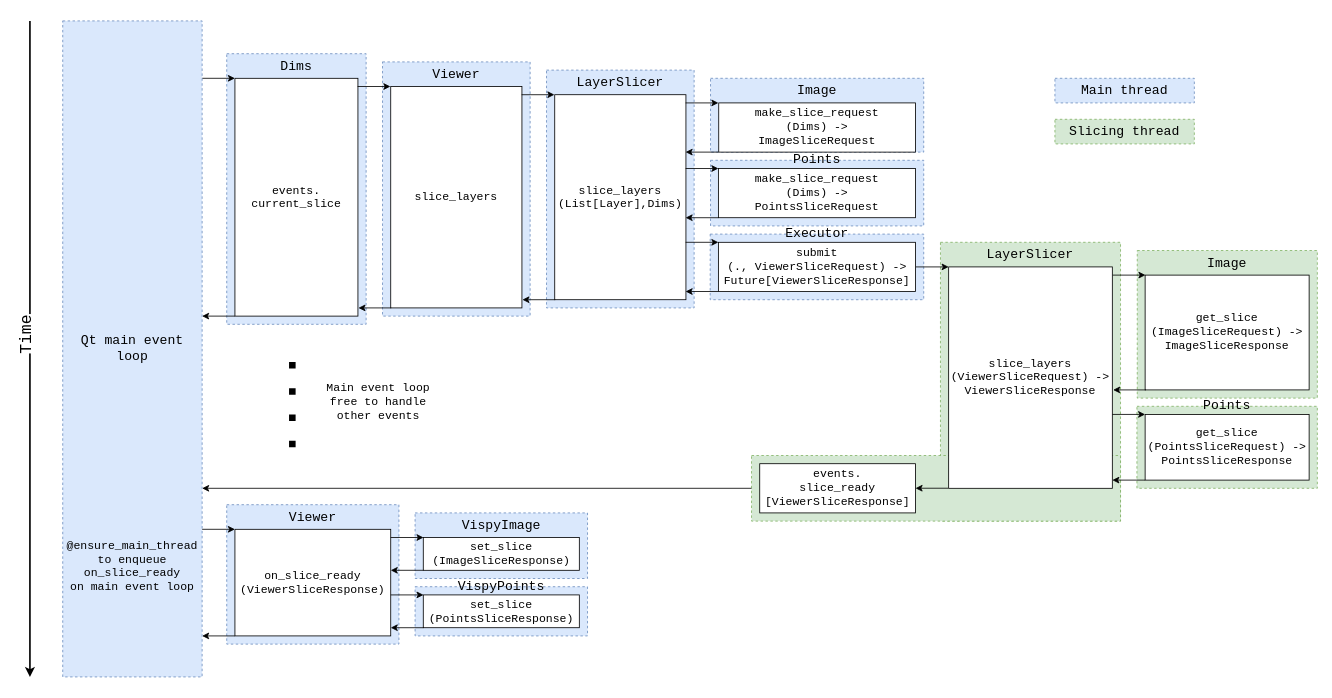
Earlier version of the draw.io diagram napari-slicing-async-calls-simple.drawio (andy-sweet/napari-diagrams). Source tidied: cells renumbered, new cells numbered last; positions are measured from the earlier drawing's top-left corner, leaving out a move shared by most shapes. Both pictures are drawn from the tidied source at 82%, with x=0, y=0 at pixel (30, 20).
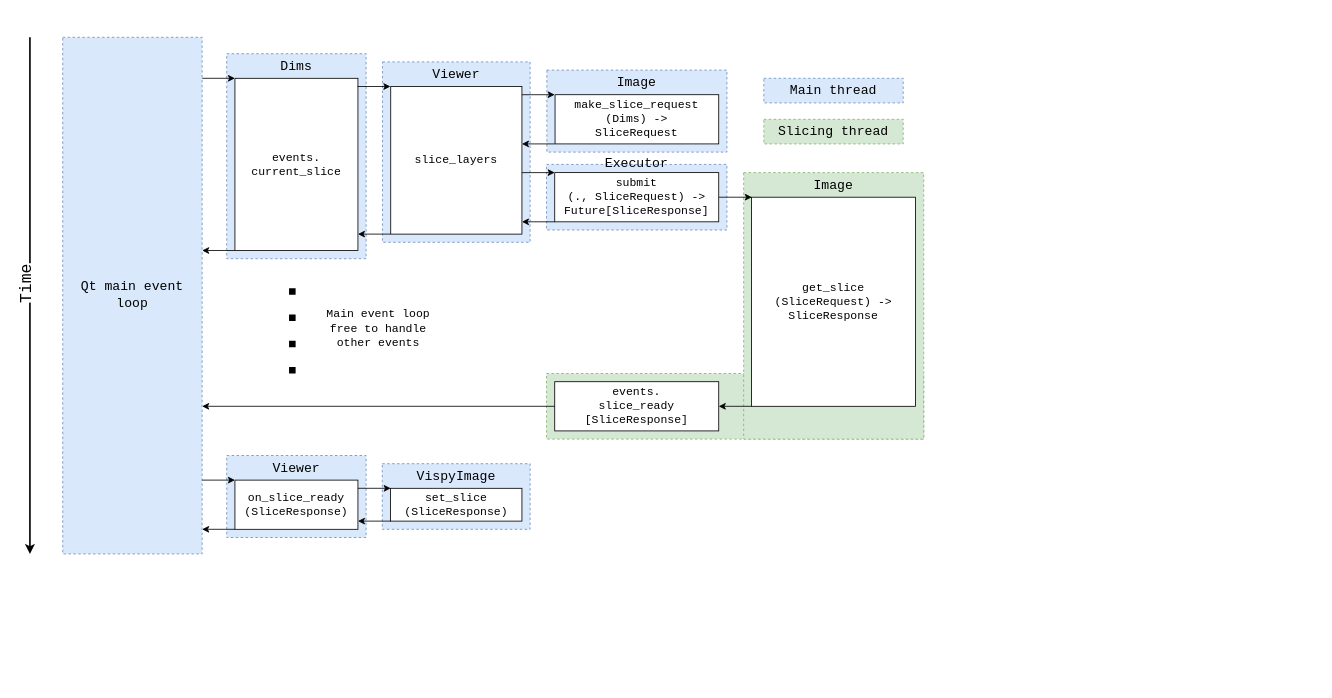
The same page after the edit.

What changed in the source:
```diff
@@
-    <mxCell id="2" value="VispyPoints" style="rounded=0;whiteSpace=wrap;html=1;verticalAlign=top;align=center;spacingLeft=0;spacingTop=-16;dashed=1;fillColor=#dae8fc;strokeColor=#6c8ebf;fontSize=16;horizontal=1;fontFamily=Courier New;" parent="1" vertex="1">
-      <mxGeometry x="469.7" y="690" width="210.3" height="60" as="geometry" />
-    </mxCell>
-    <mxCell id="3" value="LayerSlicer" style="rounded=0;whiteSpace=wrap;html=1;verticalAlign=top;align=center;spacingLeft=0;spacingTop=0;dashed=1;fillColor=#d5e8d4;strokeColor=#82b366;fontSize=16;fontFamily=Courier New;" parent="1" vertex="1">
-      <mxGeometry x="1110.4" y="270" width="219.6" height="340" as="geometry" />
-    </mxCell>
     <mxCell id="4" style="rounded=0;whiteSpace=wrap;html=1;verticalAlign=top;align=center;spacingLeft=0;spacingTop=0;dashed=1;fillColor=#d5e8d4;strokeColor=#82b366;fontSize=16;borderRight=none;fontFamily=Courier New;" parent="1" vertex="1">
-      <mxGeometry x="880" y="530" width="450" height="80" as="geometry" />
+      <mxGeometry x="630" y="430" width="460" height="80" as="geometry" />
     </mxCell>
     <mxCell id="5" value="VispyImage" style="rounded=0;whiteSpace=wrap;html=1;verticalAlign=top;align=center;spacingLeft=0;spacingTop=0;dashed=1;fillColor=#dae8fc;strokeColor=#6c8ebf;fontSize=16;horizontal=1;fontFamily=Courier New;" parent="1" vertex="1">
-      <mxGeometry x="469.7" y="600" width="210.3" height="80" as="geometry" />
+      <mxGeometry x="429.7" y="540" width="180.3" height="80" as="geometry" />
     </mxCell>
-    <mxCell id="6" value="Points" style="rounded=0;whiteSpace=wrap;html=1;verticalAlign=top;align=center;spacingLeft=0;spacingTop=-16;dashed=1;fillColor=#d5e8d4;horizontal=1;strokeColor=#82b366;fontSize=16;fontFamily=Courier New;" parent="1" vertex="1">
-      <mxGeometry x="1350" y="470" width="220" height="100" as="geometry" />
-    </mxCell>
     <mxCell id="7" value="Image" style="rounded=0;whiteSpace=wrap;html=1;verticalAlign=top;align=center;spacingLeft=0;spacingTop=0;dashed=1;fillColor=#d5e8d4;horizontal=1;strokeColor=#82b366;fontSize=16;fontFamily=Courier New;" parent="1" vertex="1">
-      <mxGeometry x="1350.4" y="280" width="219.6" height="180" as="geometry" />
+      <mxGeometry x="870.4" y="185" width="219.6" height="325" as="geometry" />
     </mxCell>
-    <mxCell id="8" value="Points" style="rounded=0;whiteSpace=wrap;html=1;verticalAlign=top;align=center;spacingLeft=0;spacingTop=-16;dashed=1;fillColor=#dae8fc;horizontal=1;strokeColor=#6c8ebf;fontSize=16;fontFamily=Courier New;" parent="1" vertex="1">
-      <mxGeometry x="830" y="170" width="260" height="80" as="geometry" />
-    </mxCell>
     <mxCell id="9" value="Image" style="rounded=0;whiteSpace=wrap;html=1;verticalAlign=top;align=center;spacingLeft=0;spacingTop=0;dashed=1;fillColor=#dae8fc;horizontal=1;strokeColor=#6c8ebf;fontSize=16;fontFamily=Courier New;" parent="1" vertex="1">
-      <mxGeometry x="830" y="70" width="260" height="90" as="geometry" />
+      <mxGeometry x="630.4" y="60" width="219.6" height="100" as="geometry" />
     </mxCell>
-    <mxCell id="10" value="LayerSlicer" style="rounded=0;whiteSpace=wrap;html=1;verticalAlign=top;align=center;spacingLeft=0;spacingTop=0;dashed=1;fillColor=#dae8fc;strokeColor=#6c8ebf;fontSize=16;fontFamily=Courier New;" parent="1" vertex="1">
-      <mxGeometry x="630" y="60" width="180" height="290" as="geometry" />
-    </mxCell>
     <mxCell id="11" value="Viewer" style="rounded=0;whiteSpace=wrap;html=1;verticalAlign=top;align=center;spacingLeft=0;spacingTop=0;dashed=1;fillColor=#dae8fc;strokeColor=#6c8ebf;fontSize=16;fontFamily=Courier New;" parent="1" vertex="1">
-      <mxGeometry x="430" y="50" width="180" height="310" as="geometry" />
+      <mxGeometry x="430" y="50" width="180" height="220" as="geometry" />
     </mxCell>
     <mxCell id="12" value="slice_layers" style="rounded=0;whiteSpace=wrap;html=1;fontSize=14;fontFamily=Courier New;" parent="1" vertex="1">
-      <mxGeometry x="440" y="80" width="160" height="270" as="geometry" />
+      <mxGeometry x="440" y="80" width="160" height="180" as="geometry" />
     </mxCell>
     <mxCell id="13" value="Dims" style="rounded=0;whiteSpace=wrap;html=1;verticalAlign=top;align=center;spacingLeft=0;spacingTop=0;dashed=1;fillColor=#dae8fc;strokeColor=#6c8ebf;fontSize=16;fontFamily=Courier New;" parent="1" vertex="1">
-      <mxGeometry x="240" y="40" width="170" height="330" as="geometry" />
+      <mxGeometry x="240" y="40" width="170" height="250" as="geometry" />
     </mxCell>
     <mxCell id="14" value="events.&lt;br style=&quot;font-size: 14px;&quot;&gt;current_slice" style="rounded=0;whiteSpace=wrap;html=1;fontSize=14;fontFamily=Courier New;" parent="1" vertex="1">
-      <mxGeometry x="250" y="70" width="150" height="290" as="geometry" />
+      <mxGeometry x="250" y="70" width="150" height="210" as="geometry" />
     </mxCell>
@@
-    <mxCell id="17" style="endArrow=classic;html=1;rounded=0;fontSize=16;fontFamily=Courier New;" parent="1" edge="1">
-      <mxGeometry relative="1" as="geometry">
-        <mxPoint x="599.6" y="90" as="sourcePoint" />
-        <mxPoint x="639.6" y="90" as="targetPoint" />
-      </mxGeometry>
-    </mxCell>
     <mxCell id="18" style="endArrow=classic;html=1;rounded=0;fontSize=16;fontFamily=Courier New;" parent="1" edge="1">
       <mxGeometry relative="1" as="geometry">
-        <mxPoint x="440.6" y="350" as="sourcePoint" />
-        <mxPoint x="400.6" y="350" as="targetPoint" />
+        <mxPoint x="440" y="260" as="sourcePoint" />
+        <mxPoint x="400" y="260" as="targetPoint" />
       </mxGeometry>
     </mxCell>
     <mxCell id="19" style="endArrow=classic;html=1;rounded=0;fontSize=16;fontFamily=Courier New;" parent="1" edge="1">
       <mxGeometry relative="1" as="geometry">
-        <mxPoint x="250" y="360" as="sourcePoint" />
-        <mxPoint x="210" y="360" as="targetPoint" />
+        <mxPoint x="250" y="280" as="sourcePoint" />
+        <mxPoint x="210" y="280" as="targetPoint" />
       </mxGeometry>
     </mxCell>
-    <mxCell id="20" value="slice_layers&lt;br style=&quot;font-size: 14px;&quot;&gt;(List[Layer],Dims)" style="rounded=0;whiteSpace=wrap;html=1;fontSize=14;fontFamily=Courier New;" parent="1" vertex="1">
-      <mxGeometry x="640" y="90" width="160" height="250" as="geometry" />
-    </mxCell>
-    <mxCell id="21" value="make_slice_request&lt;br style=&quot;font-size: 14px;&quot;&gt;(Dims) -&amp;gt;&lt;br style=&quot;font-size: 14px;&quot;&gt;ImageSliceRequest" style="rounded=0;whiteSpace=wrap;html=1;fontSize=14;fontFamily=Courier New;" parent="1" vertex="1">
-      <mxGeometry x="840" y="100" width="240" height="60" as="geometry" />
+    <mxCell id="21" value="make_slice_request&lt;br style=&quot;font-size: 14px;&quot;&gt;(Dims) -&amp;gt;&lt;br style=&quot;font-size: 14px;&quot;&gt;SliceRequest" style="rounded=0;whiteSpace=wrap;html=1;fontSize=14;fontFamily=Courier New;" parent="1" vertex="1">
+      <mxGeometry x="640.4" y="90" width="199.6" height="60" as="geometry" />
     </mxCell>
     <mxCell id="22" value="Executor" style="rounded=0;whiteSpace=wrap;html=1;verticalAlign=top;align=center;spacingLeft=0;spacingTop=-16;dashed=1;fillColor=#dae8fc;horizontal=1;strokeColor=#6c8ebf;fontSize=16;fontFamily=Courier New;" parent="1" vertex="1">
-      <mxGeometry x="829.6" y="260" width="260.4" height="80" as="geometry" />
+      <mxGeometry x="630" y="175" width="220" height="80" as="geometry" />
     </mxCell>
-    <mxCell id="23" value="submit&lt;br style=&quot;font-size: 14px;&quot;&gt;(., ViewerSliceRequest) -&amp;gt;&lt;br style=&quot;font-size: 14px;&quot;&gt;Future[ViewerSliceResponse]" style="rounded=0;whiteSpace=wrap;html=1;fontSize=14;fontFamily=Courier New;" parent="1" vertex="1">
-      <mxGeometry x="839.6" y="270" width="240.4" height="60" as="geometry" />
+    <mxCell id="23" value="submit&lt;br style=&quot;font-size: 14px;&quot;&gt;(., SliceRequest) -&amp;gt;&lt;br style=&quot;font-size: 14px;&quot;&gt;Future[SliceResponse]" style="rounded=0;whiteSpace=wrap;html=1;fontSize=14;fontFamily=Courier New;" parent="1" vertex="1">
+      <mxGeometry x="640" y="185" width="200" height="60" as="geometry" />
     </mxCell>
     <mxCell id="24" style="endArrow=classic;html=1;rounded=0;fontSize=16;fontFamily=Courier New;" parent="1" edge="1">
       <mxGeometry relative="1" as="geometry">
-        <mxPoint x="839.6" y="330" as="sourcePoint" />
-        <mxPoint x="799.6" y="330" as="targetPoint" />
+        <mxPoint x="640" y="245" as="sourcePoint" />
+        <mxPoint x="600" y="245" as="targetPoint" />
       </mxGeometry>
     </mxCell>
     <mxCell id="25" style="endArrow=classic;html=1;rounded=0;fontSize=16;fontFamily=Courier New;" parent="1" edge="1">
       <mxGeometry relative="1" as="geometry">
-        <mxPoint x="799.6" y="270" as="sourcePoint" />
-        <mxPoint x="839.6" y="270" as="targetPoint" />
+        <mxPoint x="600" y="185" as="sourcePoint" />
+        <mxPoint x="640" y="185" as="targetPoint" />
       </mxGeometry>
     </mxCell>
-    <mxCell id="26" value="slice_layers&lt;br style=&quot;font-size: 14px;&quot;&gt;(ViewerSliceRequest) -&amp;gt;&lt;br style=&quot;font-size: 14px;&quot;&gt;ViewerSliceResponse" style="rounded=0;whiteSpace=wrap;html=1;fontSize=14;fontFamily=Courier New;" parent="1" vertex="1">
-      <mxGeometry x="1120.4" y="300" width="199.6" height="270" as="geometry" />
-    </mxCell>
-    <mxCell id="27" value="get_slice&lt;br style=&quot;font-size: 14px;&quot;&gt;(ImageSliceRequest) -&amp;gt; ImageSliceResponse" style="rounded=0;whiteSpace=wrap;html=1;fontSize=14;fontFamily=Courier New;" parent="1" vertex="1">
-      <mxGeometry x="1360" y="310" width="200" height="140" as="geometry" />
+    <mxCell id="27" value="get_slice&lt;br style=&quot;font-size: 14px;&quot;&gt;(SliceRequest) -&amp;gt; SliceResponse" style="rounded=0;whiteSpace=wrap;html=1;fontSize=14;fontFamily=Courier New;" parent="1" vertex="1">
+      <mxGeometry x="880" y="215" width="200" height="255" as="geometry" />
     </mxCell>
-    <mxCell id="28" value="get_slice&lt;br style=&quot;font-size: 14px;&quot;&gt;(PointsSliceRequest) -&amp;gt; PointsSliceResponse" style="rounded=0;whiteSpace=wrap;html=1;fontSize=14;fontFamily=Courier New;" parent="1" vertex="1">
-      <mxGeometry x="1360" y="480" width="200" height="80" as="geometry" />
-    </mxCell>
     <mxCell id="29" style="endArrow=classic;html=1;rounded=0;fontSize=16;fontFamily=Courier New;" parent="1" edge="1">
       <mxGeometry relative="1" as="geometry">
-        <mxPoint x="1320.4" y="310" as="sourcePoint" />
-        <mxPoint x="1360.4" y="310" as="targetPoint" />
+        <mxPoint x="840.4" y="215" as="sourcePoint" />
+        <mxPoint x="880.4" y="215" as="targetPoint" />
       </mxGeometry>
     </mxCell>
-    <mxCell id="30" style="endArrow=classic;html=1;rounded=0;fontSize=16;fontFamily=Courier New;" parent="1" edge="1">
-      <mxGeometry relative="1" as="geometry">
-        <mxPoint x="640.6" y="340" as="sourcePoint" />
-        <mxPoint x="600.6" y="340" as="targetPoint" />
-      </mxGeometry>
-    </mxCell>
-    <mxCell id="31" style="endArrow=classic;html=1;rounded=0;fontSize=16;fontFamily=Courier New;" parent="1" edge="1">
-      <mxGeometry relative="1" as="geometry">
-        <mxPoint x="1320" y="479.9" as="sourcePoint" />
-        <mxPoint x="1360" y="479.9" as="targetPoint" />
-      </mxGeometry>
-    </mxCell>
-    <mxCell id="32" style="endArrow=classic;html=1;rounded=0;fontSize=16;fontFamily=Courier New;" parent="1" edge="1">
-      <mxGeometry relative="1" as="geometry">
-        <mxPoint x="1360" y="560" as="sourcePoint" />
-        <mxPoint x="1320" y="560" as="targetPoint" />
-      </mxGeometry>
-    </mxCell>
     <mxCell id="33" style="endArrow=classic;html=1;rounded=0;fontSize=16;fontFamily=Courier New;" parent="1" edge="1">
       <mxGeometry relative="1" as="geometry">
-        <mxPoint x="1361" y="450" as="sourcePoint" />
-        <mxPoint x="1321" y="450" as="targetPoint" />
+        <mxPoint x="880" y="470" as="sourcePoint" />
+        <mxPoint x="840" y="470" as="targetPoint" />
       </mxGeometry>
     </mxCell>
     <mxCell id="34" value="Viewer" style="rounded=0;whiteSpace=wrap;html=1;verticalAlign=top;align=center;spacingLeft=0;spacingTop=0;dashed=1;fillColor=#dae8fc;strokeColor=#6c8ebf;fontSize=16;fontFamily=Courier New;" parent="1" vertex="1">
-      <mxGeometry x="240" y="590" width="210" height="170" as="geometry" />
+      <mxGeometry x="240" y="530" width="170" height="100" as="geometry" />
     </mxCell>
-    <mxCell id="35" value="on_slice_ready&lt;br style=&quot;font-size: 14px;&quot;&gt;(ViewerSliceResponse)" style="rounded=0;whiteSpace=wrap;html=1;fontSize=14;fontFamily=Courier New;" parent="1" vertex="1">
-      <mxGeometry x="250" y="620" width="190" height="130" as="geometry" />
+    <mxCell id="35" value="on_slice_ready&lt;br style=&quot;font-size: 14px;&quot;&gt;(SliceResponse)" style="rounded=0;whiteSpace=wrap;html=1;fontSize=14;fontFamily=Courier New;" parent="1" vertex="1">
+      <mxGeometry x="250" y="560" width="150" height="60" as="geometry" />
     </mxCell>
-    <mxCell id="36" value="events.&lt;br style=&quot;font-size: 14px;&quot;&gt;slice_ready&lt;br style=&quot;font-size: 14px;&quot;&gt;[ViewerSliceResponse]" style="rounded=0;whiteSpace=wrap;html=1;fontSize=14;fontFamily=Courier New;" parent="1" vertex="1">
-      <mxGeometry x="890" y="540" width="190" height="60" as="geometry" />
+    <mxCell id="36" value="events.&lt;br style=&quot;font-size: 14px;&quot;&gt;slice_ready&lt;br style=&quot;font-size: 14px;&quot;&gt;[SliceResponse]" style="rounded=0;whiteSpace=wrap;html=1;fontSize=14;fontFamily=Courier New;" parent="1" vertex="1">
+      <mxGeometry x="640" y="440" width="200" height="60" as="geometry" />
     </mxCell>
-    <mxCell id="37" value="set_slice&lt;br style=&quot;font-size: 14px;&quot;&gt;(ImageSliceResponse)" style="rounded=0;whiteSpace=wrap;html=1;fontSize=14;fontFamily=Courier New;" parent="1" vertex="1">
-      <mxGeometry x="479.7" y="630" width="190.3" height="40" as="geometry" />
+    <mxCell id="37" value="set_slice&lt;br style=&quot;font-size: 14px;&quot;&gt;(SliceResponse)" style="rounded=0;whiteSpace=wrap;html=1;fontSize=14;fontFamily=Courier New;" parent="1" vertex="1">
+      <mxGeometry x="439.7" y="570" width="160.3" height="40" as="geometry" />
     </mxCell>
     <mxCell id="38" style="endArrow=classic;html=1;rounded=0;fontSize=16;fontFamily=Courier New;" parent="1" edge="1">
       <mxGeometry relative="1" as="geometry">
-        <mxPoint x="480" y="670" as="sourcePoint" />
-        <mxPoint x="440" y="670" as="targetPoint" />
+        <mxPoint x="440" y="610" as="sourcePoint" />
+        <mxPoint x="400" y="610" as="targetPoint" />
       </mxGeometry>
     </mxCell>
     <mxCell id="39" style="endArrow=classic;html=1;rounded=0;fontSize=16;fontFamily=Courier New;" parent="1" edge="1">
       <mxGeometry relative="1" as="geometry">
-        <mxPoint x="440" y="630" as="sourcePoint" />
-        <mxPoint x="480" y="630" as="targetPoint" />
+        <mxPoint x="400" y="570" as="sourcePoint" />
+        <mxPoint x="440" y="570" as="targetPoint" />
       </mxGeometry>
     </mxCell>
-    <mxCell id="40" value="set_slice&lt;br style=&quot;font-size: 14px;&quot;&gt;(PointsSliceResponse)" style="rounded=0;whiteSpace=wrap;html=1;fontSize=14;fontFamily=Courier New;" parent="1" vertex="1">
-      <mxGeometry x="479.7" y="700" width="190.3" height="40" as="geometry" />
-    </mxCell>
-    <mxCell id="41" style="endArrow=classic;html=1;rounded=0;fontSize=16;fontFamily=Courier New;" parent="1" edge="1">
-      <mxGeometry relative="1" as="geometry">
-        <mxPoint x="480" y="740" as="sourcePoint" />
-        <mxPoint x="440" y="740" as="targetPoint" />
-      </mxGeometry>
-    </mxCell>
-    <mxCell id="42" style="endArrow=classic;html=1;rounded=0;fontSize=16;fontFamily=Courier New;" parent="1" edge="1">
-      <mxGeometry relative="1" as="geometry">
-        <mxPoint x="440" y="700" as="sourcePoint" />
-        <mxPoint x="480" y="700" as="targetPoint" />
-      </mxGeometry>
-    </mxCell>
     <mxCell id="43" value="Main thread" style="rounded=0;whiteSpace=wrap;html=1;verticalAlign=top;align=center;spacingLeft=0;spacingTop=0;dashed=1;fillColor=#dae8fc;strokeColor=#6c8ebf;fontFamily=Courier New;fontSize=16;" parent="1" vertex="1">
-      <mxGeometry x="1250" y="70" width="170" height="30" as="geometry" />
+      <mxGeometry x="895" y="70" width="170" height="30" as="geometry" />
     </mxCell>
     <mxCell id="44" value="Slicing thread" style="rounded=0;whiteSpace=wrap;html=1;verticalAlign=top;align=center;spacingLeft=0;spacingTop=0;dashed=1;fillColor=#d5e8d4;strokeColor=#82b366;fontFamily=Courier New;fontSize=16;" parent="1" vertex="1">
-      <mxGeometry x="1250" y="120" width="170" height="30" as="geometry" />
+      <mxGeometry x="895" y="120" width="170" height="30" as="geometry" />
     </mxCell>
     <mxCell id="45" style="endArrow=classic;html=1;rounded=0;fontSize=16;fontFamily=Courier New;" parent="1" edge="1">
       <mxGeometry relative="1" as="geometry">
-        <mxPoint x="799.6" y="100" as="sourcePoint" />
-        <mxPoint x="839.6" y="100" as="targetPoint" />
+        <mxPoint x="600" y="90" as="sourcePoint" />
+        <mxPoint x="640" y="90" as="targetPoint" />
       </mxGeometry>
     </mxCell>
     <mxCell id="46" style="endArrow=classic;html=1;rounded=0;fontSize=16;fontFamily=Courier New;" parent="1" edge="1">
       <mxGeometry relative="1" as="geometry">
-        <mxPoint x="839.6" y="160" as="sourcePoint" />
-        <mxPoint x="799.6" y="160" as="targetPoint" />
+        <mxPoint x="640" y="150" as="sourcePoint" />
+        <mxPoint x="600" y="150" as="targetPoint" />
       </mxGeometry>
     </mxCell>
-    <mxCell id="47" style="endArrow=classic;html=1;rounded=0;fontSize=16;fontFamily=Courier New;" parent="1" edge="1">
-      <mxGeometry relative="1" as="geometry">
-        <mxPoint x="799.6" y="180" as="sourcePoint" />
-        <mxPoint x="839.6" y="180" as="targetPoint" />
-      </mxGeometry>
-    </mxCell>
-    <mxCell id="48" style="endArrow=classic;html=1;rounded=0;fontSize=16;fontFamily=Courier New;" parent="1" edge="1">
-      <mxGeometry relative="1" as="geometry">
-        <mxPoint x="839.6" y="240" as="sourcePoint" />
-        <mxPoint x="799.6" y="240" as="targetPoint" />
-      </mxGeometry>
-    </mxCell>
     <mxCell id="49" style="endArrow=classic;html=1;rounded=0;fontSize=20;strokeWidth=2;fontFamily=Courier New;" parent="1" edge="1">
       <mxGeometry relative="1" as="geometry">
-        <mxPoint as="sourcePoint" />
-        <mxPoint y="800" as="targetPoint" />
+        <mxPoint y="20" as="sourcePoint" />
+        <mxPoint y="650" as="targetPoint" />
       </mxGeometry>
     </mxCell>
@@
     <mxCell id="51" value="Qt main event loop" style="rounded=0;whiteSpace=wrap;html=1;verticalAlign=middle;align=center;spacingLeft=0;spacingTop=0;dashed=1;fillColor=#dae8fc;strokeColor=#6c8ebf;fontSize=16;horizontal=1;fontFamily=Courier New;" parent="1" vertex="1">
-      <mxGeometry x="40" width="170" height="800" as="geometry" />
+      <mxGeometry x="40" y="20" width="170" height="630" as="geometry" />
     </mxCell>
     <mxCell id="52" style="endArrow=classic;html=1;rounded=0;fontSize=16;fontFamily=Courier New;" parent="1" edge="1">
       <mxGeometry relative="1" as="geometry">
-        <mxPoint x="880" y="570" as="sourcePoint" />
-        <mxPoint x="210" y="570" as="targetPoint" />
+        <mxPoint x="640" y="470" as="sourcePoint" />
+        <mxPoint x="210" y="470" as="targetPoint" />
       </mxGeometry>
     </mxCell>
     <mxCell id="53" style="endArrow=classic;html=1;rounded=0;fontSize=16;fontFamily=Courier New;" parent="1" edge="1">
       <mxGeometry relative="1" as="geometry">
-        <mxPoint x="210" y="620" as="sourcePoint" />
-        <mxPoint x="250" y="620" as="targetPoint" />
+        <mxPoint x="210" y="560" as="sourcePoint" />
+        <mxPoint x="250" y="560" as="targetPoint" />
       </mxGeometry>
     </mxCell>
     <mxCell id="54" style="endArrow=classic;html=1;rounded=0;fontSize=16;fontFamily=Courier New;" parent="1" edge="1">
       <mxGeometry relative="1" as="geometry">
-        <mxPoint x="250" y="750" as="sourcePoint" />
-        <mxPoint x="210" y="750" as="targetPoint" />
+        <mxPoint x="250" y="620" as="sourcePoint" />
+        <mxPoint x="210" y="620" as="targetPoint" />
       </mxGeometry>
     </mxCell>
-    <mxCell id="55" style="endArrow=classic;html=1;rounded=0;fontSize=16;fontFamily=Courier New;" parent="1" edge="1">
-      <mxGeometry relative="1" as="geometry">
-        <mxPoint x="1080.4" y="300" as="sourcePoint" />
-        <mxPoint x="1120.4" y="300" as="targetPoint" />
-      </mxGeometry>
-    </mxCell>
-    <mxCell id="56" style="endArrow=classic;html=1;rounded=0;fontSize=16;fontFamily=Courier New;" parent="1" edge="1">
-      <mxGeometry relative="1" as="geometry">
-        <mxPoint x="1120" y="569.9" as="sourcePoint" />
-        <mxPoint x="1080" y="569.9" as="targetPoint" />
-      </mxGeometry>
-    </mxCell>
-    <mxCell id="57" value="make_slice_request&lt;br style=&quot;font-size: 14px;&quot;&gt;(Dims) -&amp;gt;&lt;br style=&quot;font-size: 14px;&quot;&gt;PointsSliceRequest" style="rounded=0;whiteSpace=wrap;html=1;fontSize=14;fontFamily=Courier New;" parent="1" vertex="1">
-      <mxGeometry x="839.6" y="180" width="240.4" height="60" as="geometry" />
-    </mxCell>
     <mxCell id="58" style="endArrow=none;dashed=1;html=1;dashPattern=1 3;strokeWidth=8;rounded=0;" parent="1" edge="1">
       <mxGeometry relative="1" as="geometry">
-        <mxPoint x="320" y="520" as="sourcePoint" />
-        <mxPoint x="320" y="400" as="targetPoint" />
+        <mxPoint x="320" y="430" as="sourcePoint" />
+        <mxPoint x="320" y="310" as="targetPoint" />
       </mxGeometry>
     </mxCell>
-    <mxCell id="59" value="&lt;font face=&quot;Courier New&quot; style=&quot;font-size: 14px;&quot;&gt;Main event loop free to handle other events&lt;/font&gt;" style="text;html=1;strokeColor=none;fillColor=none;align=center;verticalAlign=middle;whiteSpace=wrap;rounded=0;" parent="1" vertex="1">
-      <mxGeometry x="350" y="420" width="150" height="90" as="geometry" />
+    <mxCell id="59" value="&lt;font face=&quot;Courier New&quot; style=&quot;font-size: 14px;&quot;&gt;Main event loop free to handle other events&lt;/font&gt;" style="text;html=1;strokeColor=none;fillColor=none;align=center;verticalAlign=middle;whiteSpace=wrap;rounded=0;fontSize=14;" parent="1" vertex="1">
+      <mxGeometry x="350" y="330" width="150" height="90" as="geometry" />
     </mxCell>
-    <mxCell id="60" value="&lt;font face=&quot;Courier New&quot; style=&quot;font-size: 14px;&quot;&gt;@ensure_main_thread to enqueue on_slice_ready&lt;br&gt;on main event loop&lt;br&gt;&lt;/font&gt;" style="text;html=1;strokeColor=none;fillColor=none;align=center;verticalAlign=middle;whiteSpace=wrap;rounded=0;" parent="1" vertex="1">
-      <mxGeometry x="40" y="620" width="170" height="90" as="geometry" />
-    </mxCell>
```
